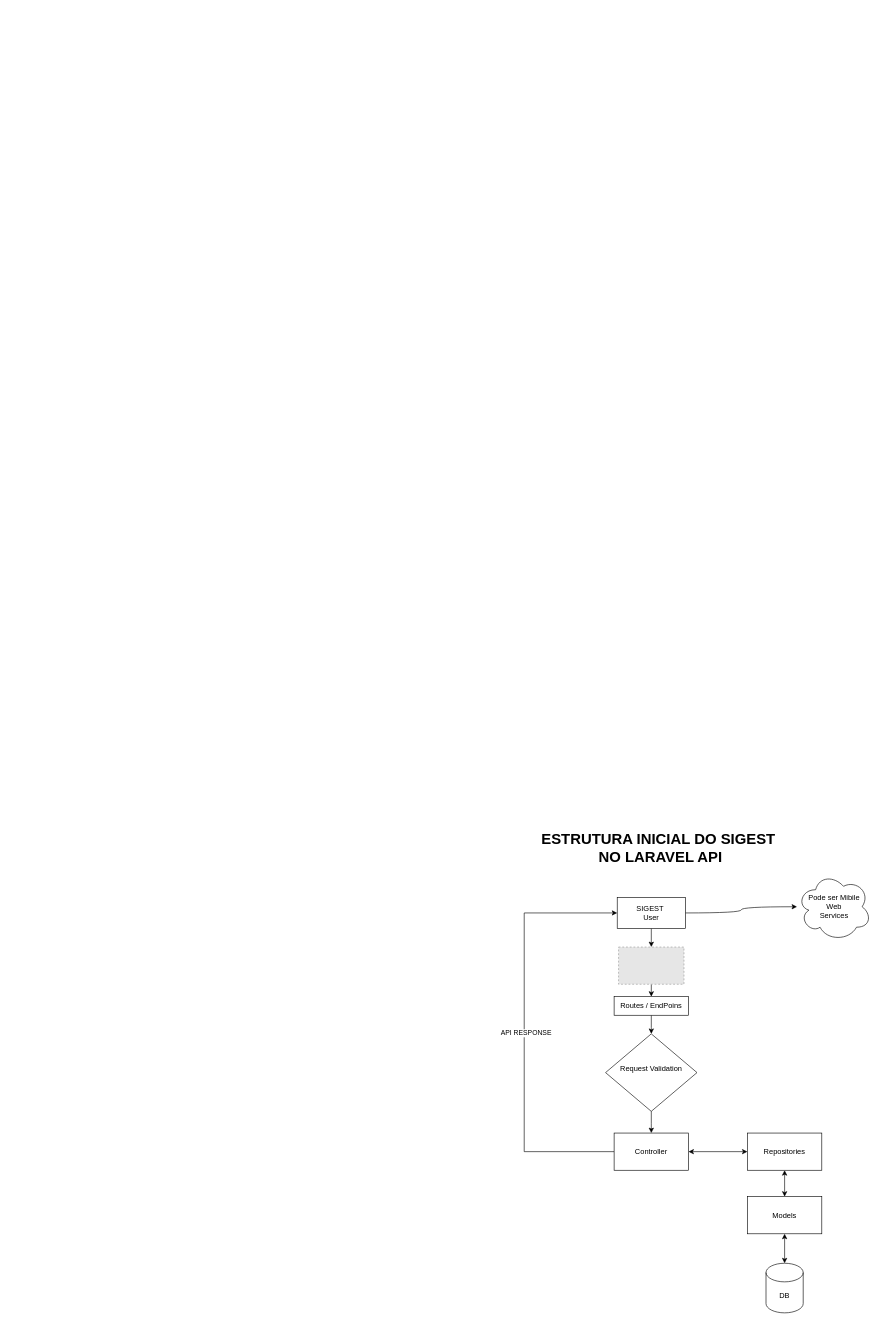
Earlier version of the draw.io diagram sigest-documentation.drawio (YngCwDev/sigest_management_system_api). Source tidied: cells renumbered, new cells numbered last; positions are measured from the earlier drawing's top-left corner, leaving out a move shared by most shapes. Both pictures are drawn from the tidied source at 62%, with x=0, y=0 at pixel (524, 823). Pictures stored in the file or linked from it are replaced by grey dashed boxes.
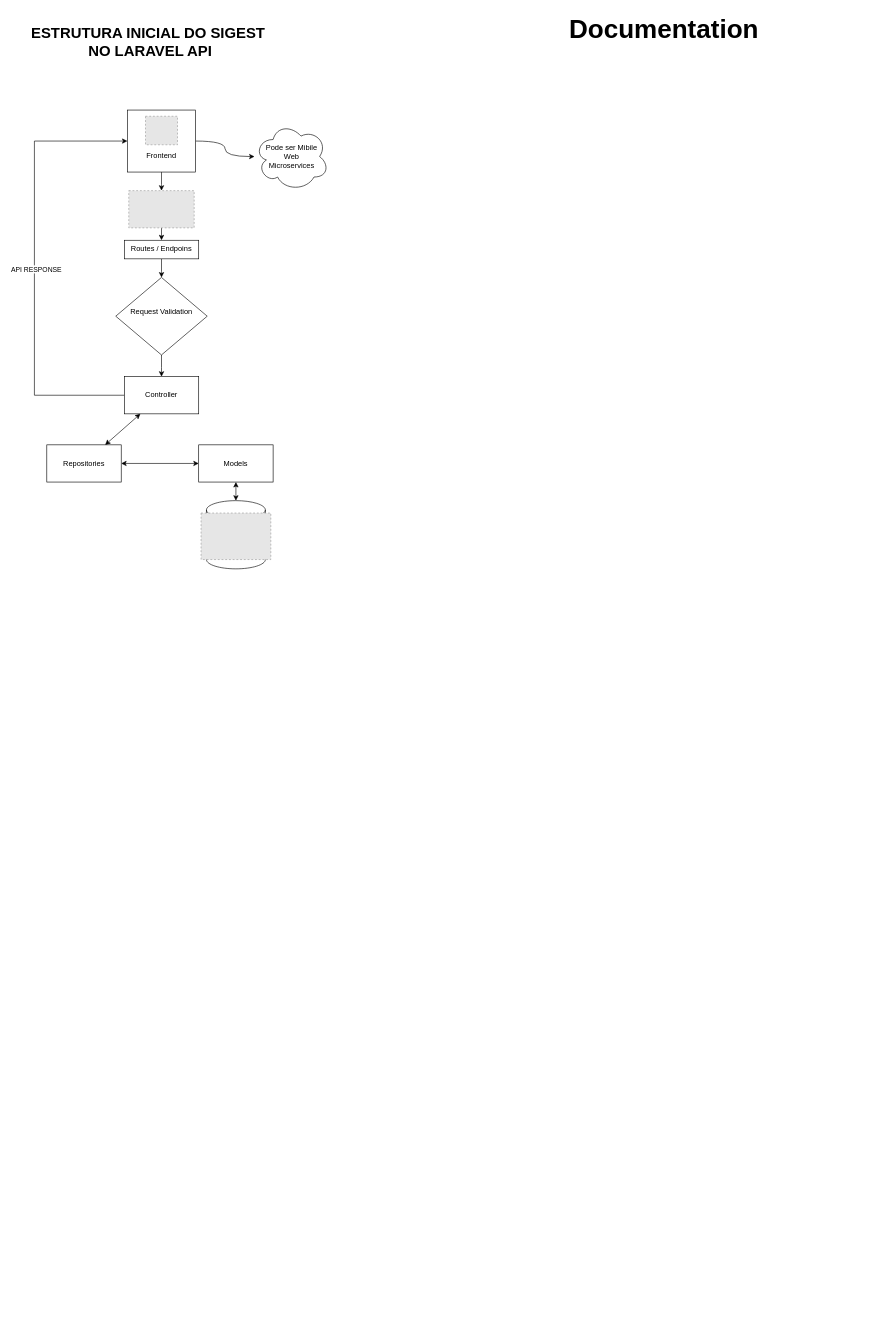
The same diagram, later.

Diff of the diagram source:
```diff
@@
-    <mxCell id="4" value="SIGEST&amp;nbsp;&lt;div&gt;User&lt;/div&gt;" style="html=1;whiteSpace=wrap;align=center;" parent="1" vertex="1">
-      <mxGeometry x="150" y="120" width="110" height="50" as="geometry" />
+    <mxCell id="4" value="&lt;div&gt;Frontend&lt;/div&gt;" style="html=1;whiteSpace=wrap;align=center;verticalAlign=bottom;spacingBottom=17;" parent="1" vertex="1">
+      <mxGeometry x="-640" y="-1150" width="110" height="100" as="geometry" />
     </mxCell>
     <mxCell id="5" value="&lt;h1 style=&quot;text-wrap-mode: nowrap;&quot;&gt;&lt;span style=&quot;text-wrap-mode: nowrap;&quot;&gt;ESTRUTURA INICIAL DO SIGEST&amp;nbsp;&lt;br&gt;&lt;/span&gt;NO LARAVEL API&lt;/h1&gt;" style="text;html=1;align=center;verticalAlign=middle;whiteSpace=wrap;rounded=0;" parent="1" vertex="1">
-      <mxGeometry x="10" width="420" height="80" as="geometry" />
+      <mxGeometry x="-813" y="-1300" width="420" height="80" as="geometry" />
     </mxCell>
@@
     <mxCell id="7" style="fillColor=#E6E6E6;strokeColor=#999999;dashed=1;verticalLabelPosition=bottom;labelBackgroundColor=default;verticalAlign=top;" parent="1" vertex="1">
-      <mxGeometry x="152.2" y="200" width="105.5" height="60" as="geometry" />
+      <mxGeometry x="-637.8" y="-1020" width="105.5" height="60" as="geometry" />
     </mxCell>
@@
-    <mxCell id="9" value="Routes / EndPoins" style="whiteSpace=wrap;html=1;verticalAlign=top;labelBackgroundColor=default;" parent="1" vertex="1">
-      <mxGeometry x="145" y="280" width="120" height="30" as="geometry" />
+    <mxCell id="9" value="Routes / Endpoins" style="whiteSpace=wrap;html=1;verticalAlign=top;labelBackgroundColor=default;" parent="1" vertex="1">
+      <mxGeometry x="-645" y="-940" width="120" height="30" as="geometry" />
     </mxCell>
@@
     <mxCell id="11" value="Request Validation&lt;div&gt;&lt;br&gt;&lt;/div&gt;" style="rhombus;whiteSpace=wrap;html=1;verticalAlign=middle;labelBackgroundColor=default;" parent="1" vertex="1">
-      <mxGeometry x="131.2" y="340" width="147.5" height="125" as="geometry" />
+      <mxGeometry x="-658.8" y="-880" width="147.5" height="125" as="geometry" />
     </mxCell>
     <mxCell id="12" style="edgeStyle=orthogonalEdgeStyle;rounded=0;jettySize=auto;html=1;entryX=0;entryY=0.5;entryDx=0;entryDy=0;" parent="1" edge="1" source="14" target="4">
       <mxGeometry relative="1" as="geometry">
         <Array as="points">
-          <mxPoint y="530" />
-          <mxPoint y="145" />
+          <mxPoint x="-790" y="-690" />
+          <mxPoint x="-790" y="-1100" />
         </Array>
       </mxGeometry>
     </mxCell>
@@
     <mxCell id="14" value="Controller" style="whiteSpace=wrap;html=1;labelBackgroundColor=default;" parent="1" vertex="1">
-      <mxGeometry x="145" y="500" width="120" height="60" as="geometry" />
+      <mxGeometry x="-645" y="-720" width="120" height="60" as="geometry" />
     </mxCell>
     <mxCell id="15" value="Repositories" style="whiteSpace=wrap;html=1;labelBackgroundColor=default;" parent="1" vertex="1">
-      <mxGeometry x="360" y="500" width="120" height="60" as="geometry" />
+      <mxGeometry x="-770" y="-610" width="120" height="60" as="geometry" />
     </mxCell>
     <mxCell id="16" value="Models" style="whiteSpace=wrap;html=1;labelBackgroundColor=default;" parent="1" vertex="1">
-      <mxGeometry x="360" y="602.5" width="120" height="60" as="geometry" />
+      <mxGeometry x="-525" y="-610" width="120" height="60" as="geometry" />
     </mxCell>
@@
-    <mxCell id="19" value="DB" style="shape=cylinder3;whiteSpace=wrap;html=1;boundedLbl=1;backgroundOutline=1;size=15;" parent="1" vertex="1">
-      <mxGeometry x="390" y="710" width="60" height="80" as="geometry" />
+    <mxCell id="19" style="shape=cylinder3;whiteSpace=wrap;html=1;boundedLbl=1;backgroundOutline=1;size=15;" parent="1" vertex="1">
+      <mxGeometry x="-512.5" y="-520" width="95" height="110" as="geometry" />
     </mxCell>
@@
-    <mxCell id="21" value="Pode ser Mibile&lt;br&gt;Web&lt;br&gt;Services" style="ellipse;shape=cloud;whiteSpace=wrap;html=1;" parent="1" vertex="1">
-      <mxGeometry x="440" y="80" width="120" height="110" as="geometry" />
+    <mxCell id="21" value="Pode ser Mibile&lt;br&gt;Web&lt;br&gt;Microservices" style="ellipse;shape=cloud;whiteSpace=wrap;html=1;" parent="1" vertex="1">
+      <mxGeometry x="-435" y="-1130" width="120" height="110" as="geometry" />
     </mxCell>
+    <mxCell id="22" value="Documentation" style="text;html=1;align=center;verticalAlign=middle;strokeColor=none;fillColor=none;fontSize=42;fontStyle=1;" parent="1" vertex="1">
+      <mxGeometry x="70" y="-1310" width="310" height="60" as="geometry" />
+    </mxCell>
+    <mxCell id="23" style="fillColor=#E6E6E6;strokeColor=#999999;dashed=1;verticalLabelPosition=bottom;labelBackgroundColor=default;verticalAlign=top;" parent="1" vertex="1">
+      <mxGeometry x="-521.2" y="-500" width="112.5" height="75" as="geometry" />
+    </mxCell>
+    <mxCell id="24" style="fillColor=#E6E6E6;strokeColor=#999999;dashed=1;verticalLabelPosition=bottom;labelBackgroundColor=default;verticalAlign=top;" parent="1" vertex="1">
+      <mxGeometry x="-610.8" y="-1140" width="51.6" height="46" as="geometry" />
+    </mxCell>
```
